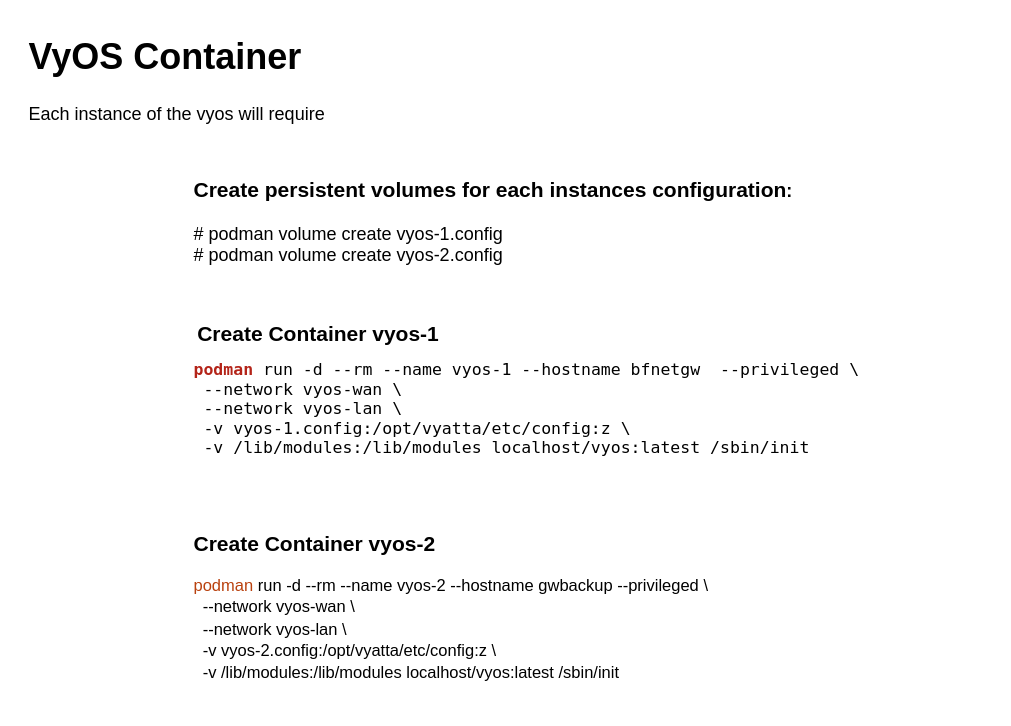
Before: page "VyOS-Containers" (2 of 2) of BFnet-Router-Test.drawio in stbrown57/VyOS-Test, a draw.io diagram. Source tidied: cells renumbered, new cells numbered last; positions are measured from the earlier drawing's top-left corner, leaving out a move shared by most shapes. Both pictures are drawn from the tidied source at 150%, with x=0, y=0 at pixel (26, 26).
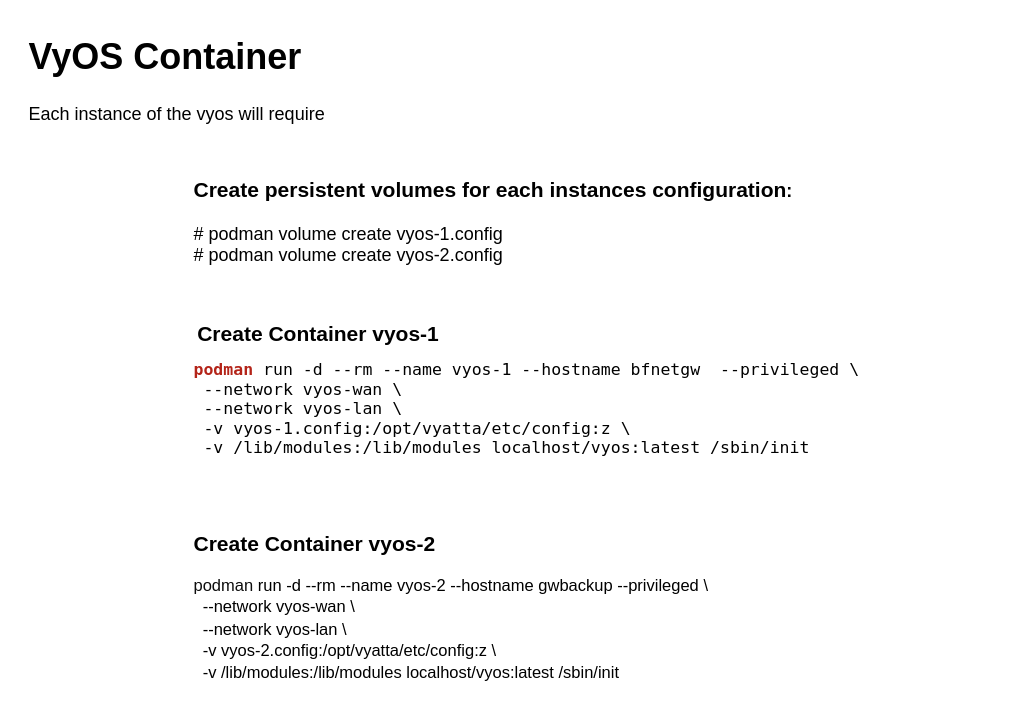
After the change.

Change to the diagram source:
```diff
@@
 <mxGraphModel>
   <root>
     <mxCell id="0" />
     <mxCell id="1" parent="0" />
     <mxCell id="2" value="&lt;h1 style=&quot;margin-top: 0px;&quot;&gt;VyOS Container&lt;/h1&gt;&lt;p&gt;Each instance of the vyos will require&amp;nbsp;&lt;/p&gt;" style="text;html=1;whiteSpace=wrap;overflow=hidden;rounded=0;" parent="1" vertex="1">
       <mxGeometry width="240" height="80" as="geometry" />
     </mxCell>
     <mxCell id="3" value="&lt;p class=&quot;p1&quot; style=&quot;margin: 0px; font-variant-numeric: normal; font-variant-east-asian: normal; font-variant-alternates: normal; font-size-adjust: none; font-kerning: auto; font-optical-sizing: auto; font-feature-settings: normal; font-variation-settings: normal; font-variant-position: normal; font-variant-emoji: normal; font-stretch: normal; font-size: 11px; line-height: normal; font-family: Menlo;&quot;&gt;&lt;span class=&quot;s1&quot; style=&quot;font-variant-ligatures: no-common-ligatures; color: rgb(180, 36, 25);&quot;&gt;&lt;b&gt;podman&lt;/b&gt;&lt;/span&gt;&lt;span class=&quot;s2&quot; style=&quot;font-variant-ligatures: no-common-ligatures;&quot;&gt; run -d --rm --name vyos-1&lt;span class=&quot;Apple-converted-space&quot;&gt;&amp;nbsp;&lt;/span&gt;--hostname bfnetgw&lt;span class=&quot;Apple-converted-space&quot;&gt;&amp;nbsp;&amp;nbsp;&lt;/span&gt;--privileged&lt;span class=&quot;Apple-converted-space&quot;&gt;&amp;nbsp;\&lt;/span&gt;&lt;/span&gt;&lt;/p&gt;&lt;p class=&quot;p1&quot; style=&quot;margin: 0px; font-variant-numeric: normal; font-variant-east-asian: normal; font-variant-alternates: normal; font-size-adjust: none; font-kerning: auto; font-optical-sizing: auto; font-feature-settings: normal; font-variation-settings: normal; font-variant-position: normal; font-variant-emoji: normal; font-stretch: normal; font-size: 11px; line-height: normal; font-family: Menlo;&quot;&gt;&lt;span class=&quot;s2&quot; style=&quot;font-variant-ligatures: no-common-ligatures;&quot;&gt;&lt;span class=&quot;Apple-converted-space&quot;&gt;&amp;nbsp;&lt;/span&gt;--network vyos-wan&lt;span class=&quot;Apple-converted-space&quot;&gt;&amp;nbsp;\&lt;/span&gt;&lt;/span&gt;&lt;/p&gt;&lt;p class=&quot;p1&quot; style=&quot;margin: 0px; font-variant-numeric: normal; font-variant-east-asian: normal; font-variant-alternates: normal; font-size-adjust: none; font-kerning: auto; font-optical-sizing: auto; font-feature-settings: normal; font-variation-settings: normal; font-variant-position: normal; font-variant-emoji: normal; font-stretch: normal; font-size: 11px; line-height: normal; font-family: Menlo;&quot;&gt;&lt;span class=&quot;s2&quot; style=&quot;font-variant-ligatures: no-common-ligatures;&quot;&gt;&lt;span class=&quot;Apple-converted-space&quot;&gt;&amp;nbsp;&lt;/span&gt;--network vyos-lan&lt;span class=&quot;Apple-converted-space&quot;&gt;&amp;nbsp;\&lt;/span&gt;&lt;/span&gt;&lt;/p&gt;&lt;p class=&quot;p1&quot; style=&quot;margin: 0px; font-variant-numeric: normal; font-variant-east-asian: normal; font-variant-alternates: normal; font-size-adjust: none; font-kerning: auto; font-optical-sizing: auto; font-feature-settings: normal; font-variation-settings: normal; font-variant-position: normal; font-variant-emoji: normal; font-stretch: normal; font-size: 11px; line-height: normal; font-family: Menlo;&quot;&gt;&lt;span class=&quot;s2&quot; style=&quot;font-variant-ligatures: no-common-ligatures;&quot;&gt;&lt;span class=&quot;Apple-converted-space&quot;&gt;&amp;nbsp;&lt;/span&gt;-v vyos-1.config:/opt/vyatta/etc/config:z&lt;span class=&quot;Apple-converted-space&quot;&gt;&amp;nbsp;\&lt;/span&gt;&lt;/span&gt;&lt;/p&gt;&lt;p class=&quot;p1&quot; style=&quot;margin: 0px; font-variant-numeric: normal; font-variant-east-asian: normal; font-variant-alternates: normal; font-size-adjust: none; font-kerning: auto; font-optical-sizing: auto; font-feature-settings: normal; font-variation-settings: normal; font-variant-position: normal; font-variant-emoji: normal; font-stretch: normal; font-size: 11px; line-height: normal; font-family: Menlo;&quot;&gt;&lt;span class=&quot;s2&quot; style=&quot;font-variant-ligatures: no-common-ligatures;&quot;&gt;&lt;span class=&quot;Apple-converted-space&quot;&gt;&amp;nbsp;&lt;/span&gt;-v /lib/modules:/lib/modules localhost/vyos:latest /sbin/init&lt;/span&gt;&lt;/p&gt;" style="text;html=1;align=left;verticalAlign=middle;whiteSpace=wrap;rounded=0;" parent="1" vertex="1">
       <mxGeometry x="110" y="210" width="530" height="90" as="geometry" />
     </mxCell>
     <mxCell id="4" value="&lt;div style=&quot;&quot;&gt;&lt;span style=&quot;background-color: transparent; color: light-dark(rgb(0, 0, 0), rgb(255, 255, 255));&quot;&gt;&lt;b&gt;&lt;font style=&quot;font-size: 14px;&quot;&gt;Create persistent volumes for each instances configuration&lt;/font&gt;:&lt;/b&gt;&lt;/span&gt;&lt;/div&gt;&lt;div&gt;&lt;br&gt;&lt;/div&gt;&lt;div&gt;# podman volume create vyos-1.config&lt;/div&gt;&lt;div&gt;# podman volume create vyos-2.config&lt;/div&gt;" style="text;html=1;align=left;verticalAlign=middle;whiteSpace=wrap;rounded=0;" parent="1" vertex="1">
       <mxGeometry x="110" y="90" width="420" height="80" as="geometry" />
     </mxCell>
     <mxCell id="5" value="&lt;font style=&quot;font-size: 14px;&quot;&gt;&lt;b&gt;Create Container vyos-1&lt;/b&gt;&lt;/font&gt;" style="text;html=1;align=center;verticalAlign=middle;whiteSpace=wrap;rounded=0;" parent="1" vertex="1">
       <mxGeometry x="110" y="190" width="170" height="30" as="geometry" />
     </mxCell>
-    <mxCell id="6" value="&lt;font style=&quot;font-size: 11px;&quot; face=&quot;Helvetica&quot;&gt;&lt;font style=&quot;color: light-dark(rgb(185, 65, 14), rgb(237, 237, 237));&quot;&gt;podman&lt;/font&gt; run -d --rm --name vyos-2 --hostname gwbackup --privileged \&amp;nbsp;&lt;br&gt;&amp;nbsp; --network vyos-wan \&lt;br&gt;&amp;nbsp; --network vyos-lan \&lt;br&gt;&amp;nbsp; -v vyos-2.config:/opt/vyatta/etc/config:z \&lt;br&gt;&amp;nbsp; -v /lib/modules:/lib/modules localhost/vyos:latest /sbin/init&lt;/font&gt;" style="text;whiteSpace=wrap;html=1;fontFamily=Courier New;" parent="1" vertex="1">
+    <mxCell id="6" value="&lt;font style=&quot;font-size: 11px;&quot; face=&quot;Helvetica&quot;&gt;&lt;font style=&quot;color: light-dark(rgb(13, 13, 13), rgb(237, 237, 237));&quot;&gt;podman&lt;/font&gt; run -d --rm --name vyos-2 --hostname gwbackup --privileged \&amp;nbsp;&lt;br&gt;&amp;nbsp; --network vyos-wan \&lt;br&gt;&amp;nbsp; --network vyos-lan \&lt;br&gt;&amp;nbsp; -v vyos-2.config:/opt/vyatta/etc/config:z \&lt;br&gt;&amp;nbsp; -v /lib/modules:/lib/modules localhost/vyos:latest /sbin/init&lt;/font&gt;" style="text;whiteSpace=wrap;html=1;fontFamily=Courier New;" parent="1" vertex="1">
       <mxGeometry x="110" y="360" width="510" height="90" as="geometry" />
     </mxCell>
     <mxCell id="7" value="Create Container vyos-2" style="text;whiteSpace=wrap;html=1;fontSize=14;fontStyle=1;" parent="1" vertex="1">
       <mxGeometry x="110" y="330" width="170" height="40" as="geometry" />
     </mxCell>
   </root>
 </mxGraphModel>
```
